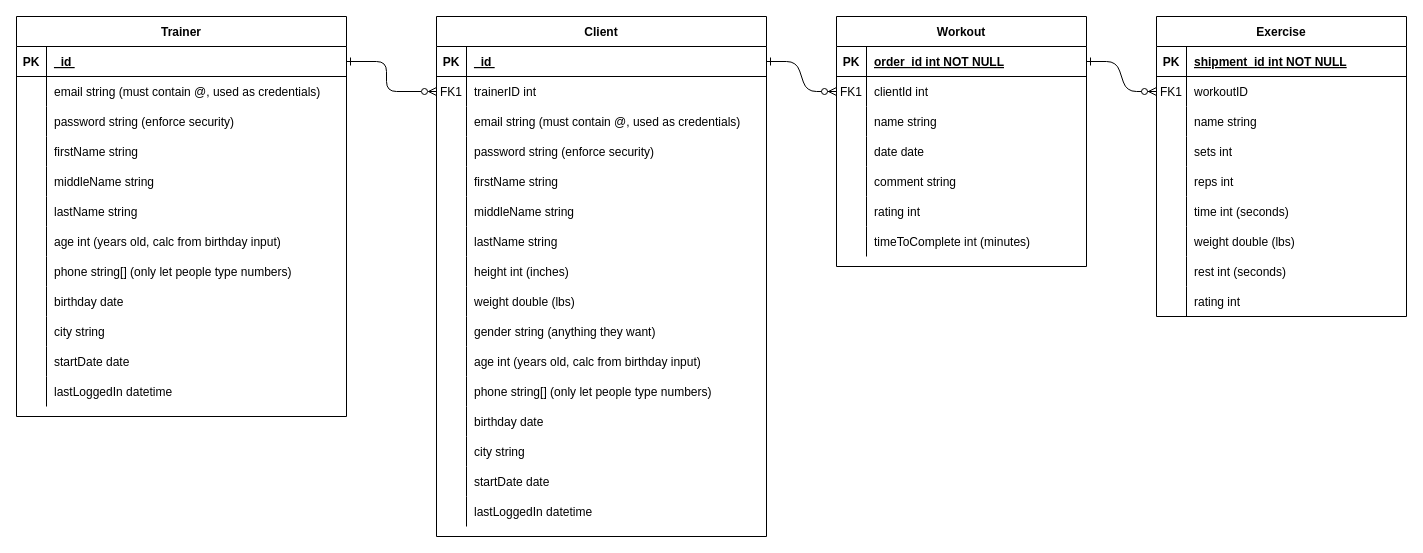
Above: Diagrams/CG-ERD.drawio in glerichartwell/COP4331-Large-Project (draw.io), before the change. Source tidied: cells renumbered, new cells numbered last; positions are measured from the earlier drawing's top-left corner, leaving out a move shared by most shapes. Both pictures are drawn from the tidied source at 100%, with x=0, y=0 at pixel (16, 16).
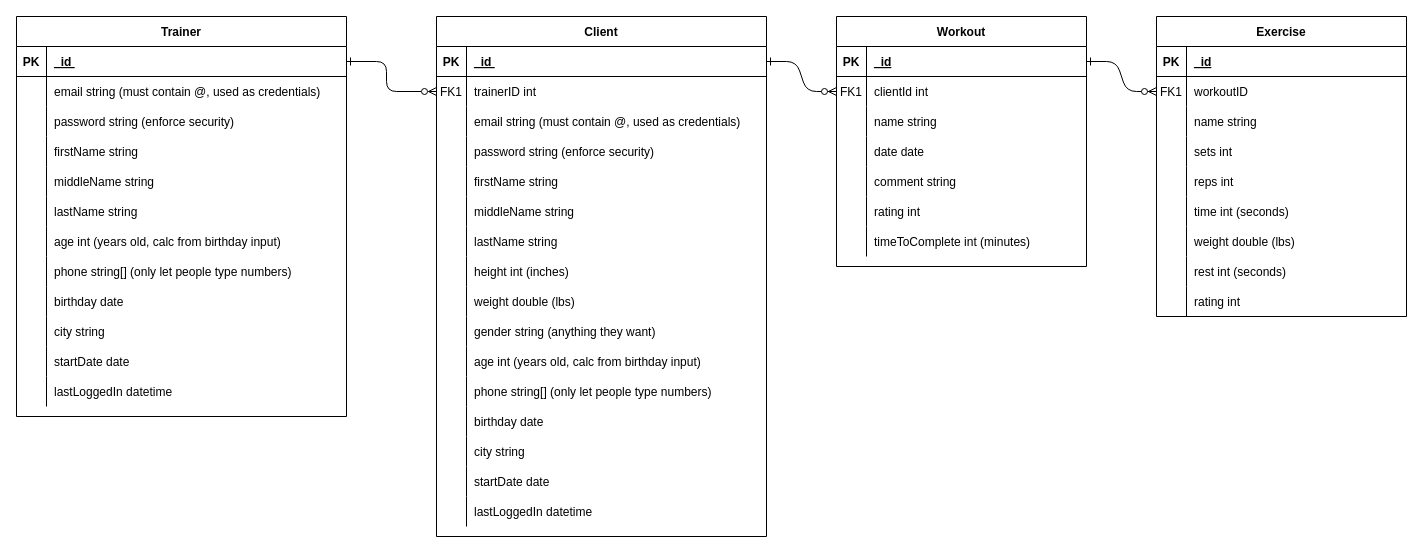
Above is the later version.

The change refers to these unchanged cells:
```xml
<mxCell id="5" style="shape=partialRectangle;fillColor=none;points=[[0,0.5],[1,0.5]];portConstraint=eastwest;top=0;left=0;right=0;bottom=1;" parent="4" vertex="1">
  <mxGeometry y="30" width="250" height="30" as="geometry" />
</mxCell>
<mxCell id="27" style="shape=partialRectangle;fillColor=none;top=0;left=0;right=0;bottom=1;" parent="26" vertex="1">
  <mxGeometry y="30" width="250" height="30" as="geometry" />
</mxCell>
```

Diff of the diagram source:
```diff
@@
-    <mxCell id="7" value="order_id int NOT NULL " style="shape=partialRectangle;overflow=hidden;fillColor=none;top=0;left=0;bottom=0;right=0;align=left;spacingLeft=6;fontStyle=5;" parent="5" vertex="1">
+    <mxCell id="7" value="_id" style="shape=partialRectangle;overflow=hidden;fillColor=none;top=0;left=0;bottom=0;right=0;align=left;spacingLeft=6;fontStyle=5;" parent="5" vertex="1">
       <mxGeometry x="30" width="220" height="30" as="geometry" />
     </mxCell>
@@
-    <mxCell id="29" value="shipment_id int NOT NULL " style="shape=partialRectangle;overflow=hidden;fillColor=none;top=0;left=0;bottom=0;right=0;align=left;spacingLeft=6;fontStyle=5;" parent="27" vertex="1">
+    <mxCell id="29" value="_id" style="shape=partialRectangle;overflow=hidden;fillColor=none;top=0;left=0;bottom=0;right=0;align=left;spacingLeft=6;fontStyle=5;" parent="27" vertex="1">
       <mxGeometry x="30" width="220" height="30" as="geometry" />
     </mxCell>
```
